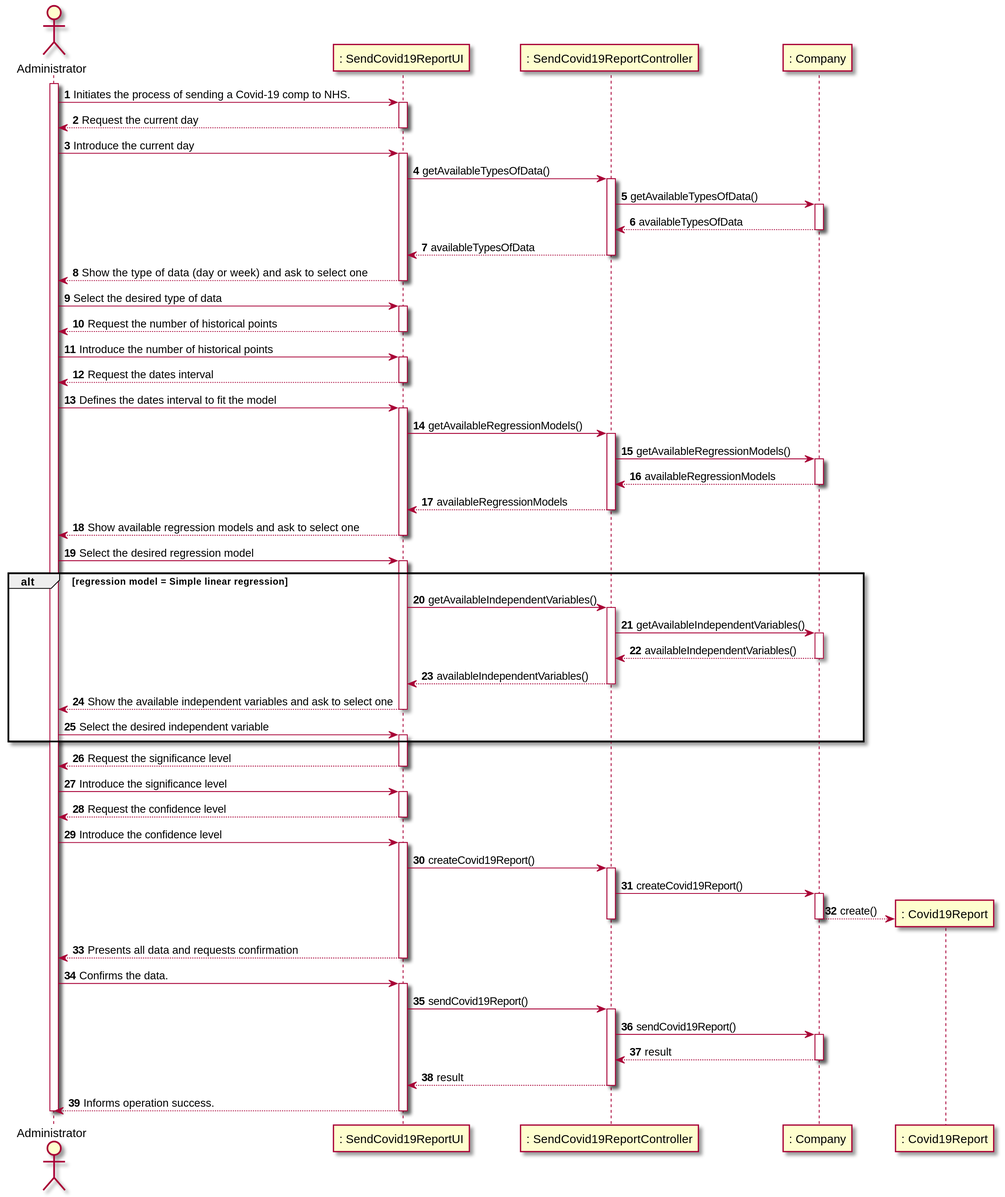
manu-07-ela/LAPR2_ISEP keeps this PlantUML diagram as docs/SprintD/US18/US18_SD.svg. Above is the earlier version.
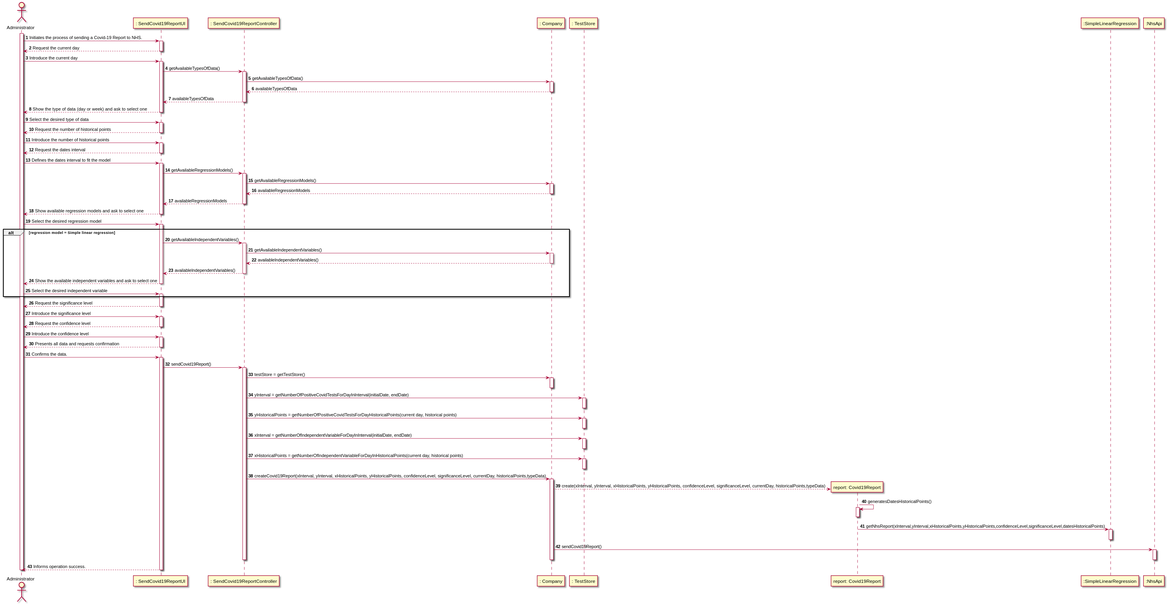
Above is the later version.

Change to the diagram source:
```diff
@@ -5,10 +5,13 @@
 participant ": SendCovid19ReportUI" as UI
 participant ": SendCovid19ReportController" as CTRL
 participant ": Company" as comp
-participant ": Covid19Report" as report
+participant ": TestStore" as store
+participant "report: Covid19Report" as report
+participant ":SimpleLinearRegression" as sRegression
+participant ":NhsApi" as api
 
 activate ADMIN
-ADMIN -> UI : Initiates the process of sending a Covid-19 comp to NHS.
+ADMIN -> UI : Initiates the process of sending a Covid-19 Report to NHS.
 activate UI
 UI --> ADMIN : Request the current day
 deactivate UI
@@ -78,13 +81,7 @@
 
 ADMIN -> UI : Introduce the confidence level
 activate UI
-UI -> CTRL : createCovid19Report()
-activate CTRL
-CTRL -> comp : createCovid19Report()
-activate comp
-comp --> report** :create()
-deactivate comp
-deactivate CTRL
+
 UI --> ADMIN :  Presents all data and requests confirmation
 deactivate UI
 
@@ -92,11 +89,38 @@
 activate UI
 UI -> CTRL : sendCovid19Report()
 activate CTRL
-CTRL -> comp : sendCovid19Report()
+CTRL -> comp : testStore = getTestStore()
 activate comp
-comp --> CTRL : result
 deactivate comp
-CTRL --> UI : result
+CTRL -> store : yInterval = getNumberOfPositiveCovidTestsForDayInInterval(initialDate, endDate)
+activate store
+deactivate store
+CTRL -> store : yHistoricalPoints = getNumberOfPositiveCovidTestsForDayHistoricalPoints(current day, historical points)
+activate store
+deactivate store
+CTRL -> store : xInterval = getNumberOfIndependentVariableForDayInInterval(initialDate, endDate)
+activate store
+deactivate store
+CTRL -> store : xHistoricalPoints = getNumberOfIndependentVariableForDayInHistoricalPoints(current day, historical points)
+activate store
+deactivate store
+CTRL -> comp : createCovid19Report(xInterval, yInterval, xHistoricalPoints, yHistoricalPoints, confidenceLevel, significanceLevel, currentDay, historicalPoints,typeData)
+activate comp
+comp --> report** :create(xInterval, yInterval, xHistoricalPoints, yHistoricalPoints, confidenceLevel, significanceLevel, currentDay, historicalPoints,typeData)
+report -> report: generatesDatesHistoricalPoints()
+activate report
+deactivate report
+report -> sRegression : getNhsReport(xInterval,yInterval,xHistoricalPoints,yHistoricalPoints,confidenceLevel,significanceLevel,datesHistoricalPoints)
+activate sRegression
+deactivate sRegression
+comp -> api : sendCovid19Report()
+activate api
+deactivate api
+deactivate comp
+deactivate CTRL
+
+deactivate comp
+
 deactivate CTRL
 UI --> ADMIN : Informs operation success.
 deactivate UI
```
